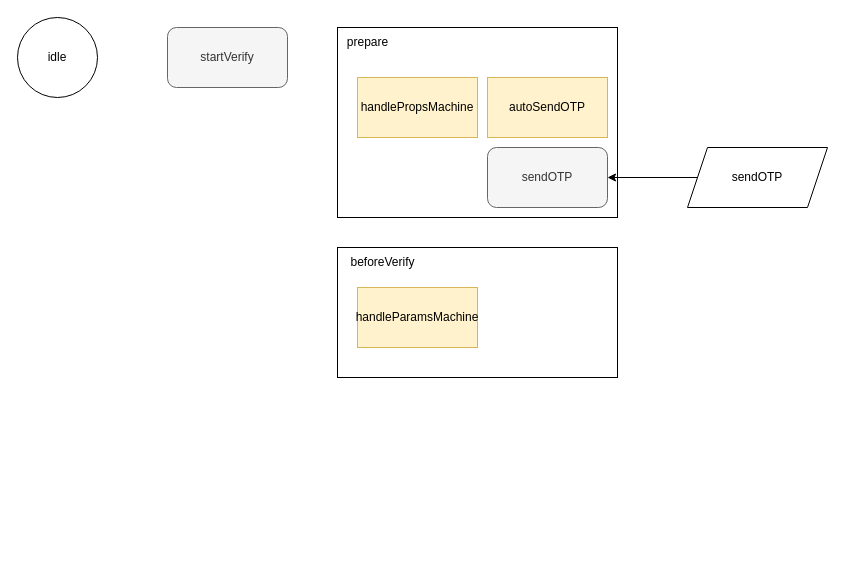
This is useVerify/状态机.drawio from RexYao97/sfrex, a draw.io file, before an edit. Source tidied: cells renumbered, new cells numbered last; positions are measured from the earlier drawing's top-left corner, leaving out a move shared by most shapes. Both pictures are drawn from the tidied source at 100%, with x=0, y=0 at pixel (17, 17).
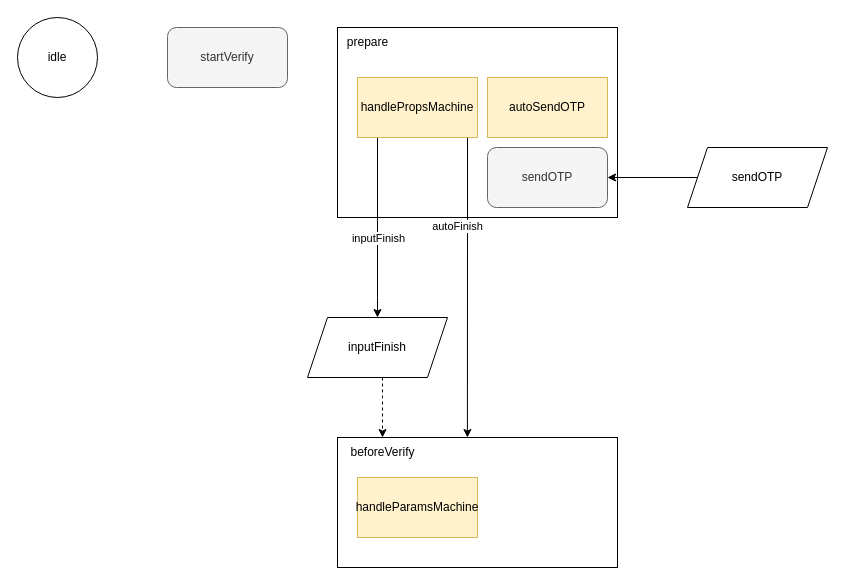
The same page after the edit.

Commit message (it also covers changes not shown here):
更新状态机.drawio

Unchanged cells that the change refers to:
```xml
<mxCell id="6" value="handlePropsMachine" style="whiteSpace=wrap;html=1;fillColor=#fff2cc;strokeColor=#d6b656;" parent="1" vertex="1">
  <mxGeometry x="340" y="60" width="120" height="60" as="geometry" />
</mxCell>
```

What changed in the source:
```diff
@@
+    <mxCell id="14" style="edgeStyle=orthogonalEdgeStyle;rounded=0;jettySize=auto;html=1;entryX=0.464;entryY=0;entryDx=0;entryDy=0;entryPerimeter=0;" parent="1" edge="1" source="6" target="9">
+      <mxGeometry relative="1" as="geometry">
+        <Array as="points">
+          <mxPoint x="450" y="200" />
+          <mxPoint x="450" y="200" />
+        </Array>
+      </mxGeometry>
+    </mxCell>
+    <mxCell id="15" value="autoFinish" style="edgeLabel;html=1;align=center;verticalAlign=middle;" parent="14" vertex="1">
+      <mxGeometry x="-0.14" relative="1" as="geometry">
+        <mxPoint x="-10" y="-40" as="offset" />
+      </mxGeometry>
+    </mxCell>
+    <mxCell id="16" style="edgeStyle=orthogonalEdgeStyle;rounded=0;jettySize=auto;html=1;entryX=0.5;entryY=0;entryDx=0;entryDy=0;" parent="1" edge="1" source="6" target="19">
+      <mxGeometry relative="1" as="geometry">
+        <Array as="points">
+          <mxPoint x="360" y="280" />
+        </Array>
+      </mxGeometry>
+    </mxCell>
+    <mxCell id="17" value="inputFinish" style="edgeLabel;html=1;align=center;verticalAlign=middle;" parent="16" vertex="1">
+      <mxGeometry x="-0.21" y="-1" relative="1" as="geometry">
+        <mxPoint x="1" y="29" as="offset" />
+      </mxGeometry>
+    </mxCell>
@@
     <mxCell id="9" style="rounded=0;whiteSpace=wrap;html=1;" parent="1" vertex="1">
-      <mxGeometry x="320" y="230" width="280" height="130" as="geometry" />
+      <mxGeometry x="320" y="420" width="280" height="130" as="geometry" />
     </mxCell>
     <mxCell id="10" value="beforeVerify" style="text;html=1;align=center;verticalAlign=middle;points=[];strokeColor=none;fillColor=none;" parent="1" vertex="1">
-      <mxGeometry x="320" y="230" width="90" height="30" as="geometry" />
+      <mxGeometry x="320" y="420" width="90" height="30" as="geometry" />
     </mxCell>
     <mxCell id="11" value="handleParamsMachine" style="whiteSpace=wrap;html=1;fillColor=#fff2cc;strokeColor=#d6b656;" parent="1" vertex="1">
-      <mxGeometry x="340" y="270" width="120" height="60" as="geometry" />
+      <mxGeometry x="340" y="460" width="120" height="60" as="geometry" />
     </mxCell>
@@
+    <mxCell id="18" style="edgeStyle=orthogonalEdgeStyle;rounded=0;jettySize=auto;html=1;dashed=1;" parent="1" edge="1" source="19" target="10">
+      <mxGeometry relative="1" as="geometry">
+        <Array as="points">
+          <mxPoint x="365" y="380" />
+          <mxPoint x="365" y="380" />
+        </Array>
+      </mxGeometry>
+    </mxCell>
+    <mxCell id="19" value="inputFinish" style="shape=parallelogram;perimeter=parallelogramPerimeter;whiteSpace=wrap;html=1;fixedSize=1;fontFamily=Helvetica;fontSize=12;fontColor=default;align=center;strokeColor=default;fillColor=default;" parent="1" vertex="1">
+      <mxGeometry x="290" y="300" width="140" height="60" as="geometry" />
+    </mxCell>
```
